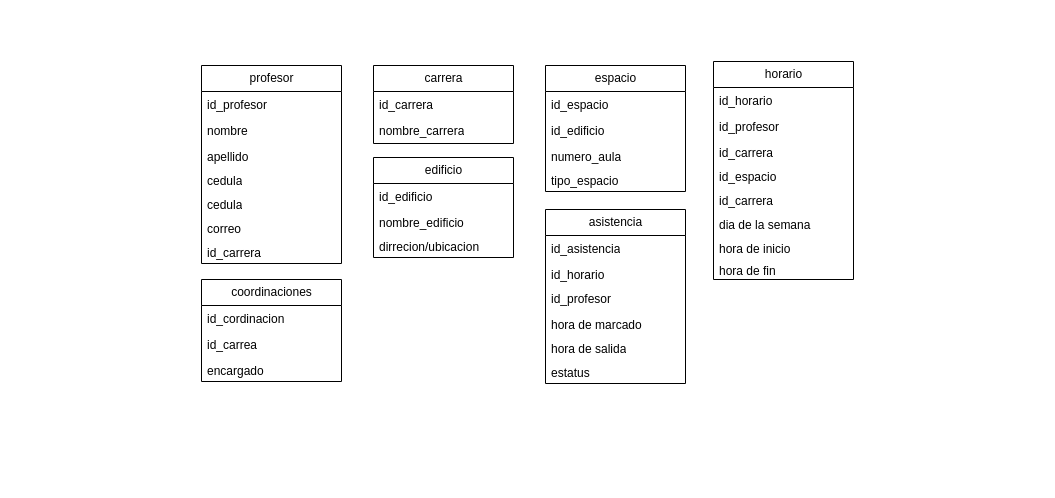
Earlier version of the draw.io diagram maquetado_de_base_datos.drawio (sewrgio/expres_projet). Source tidied: cells renumbered, new cells numbered last; positions are measured from the earlier drawing's top-left corner, leaving out a move shared by most shapes. Both pictures are drawn from the tidied source at 100%, with x=0, y=0 at pixel (201, 61).
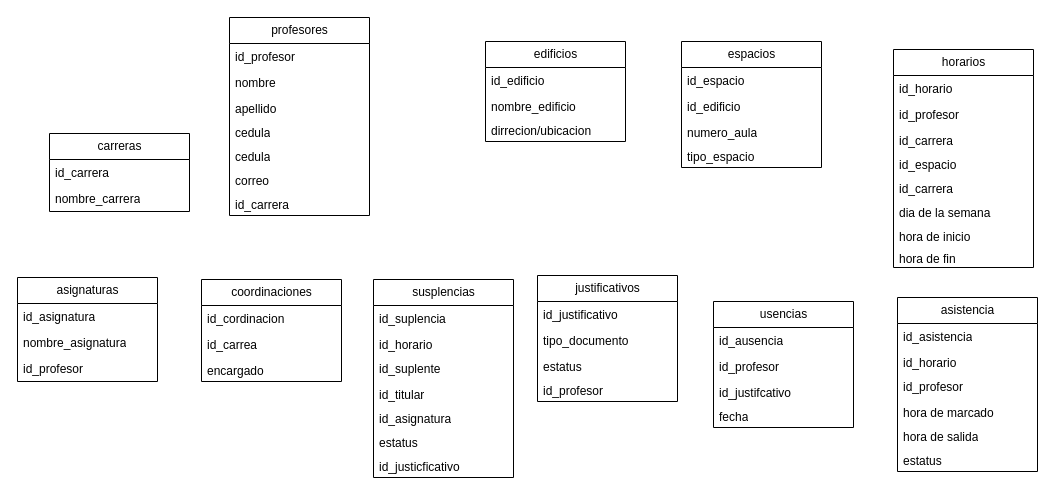
The same page after the edit.

Commit message:
tablas agregadas

Change to the diagram source:
```diff
@@
-    <mxCell id="2" value="profesor" style="swimlane;fontStyle=0;horizontal=1;startSize=26;fillColor=none;html=1;" parent="1" vertex="1">
-      <mxGeometry y="4" width="140" height="198" as="geometry" />
+    <mxCell id="2" value="profesores" style="swimlane;fontStyle=0;horizontal=1;startSize=26;fillColor=none;html=1;" parent="1" vertex="1">
+      <mxGeometry x="28" y="-44" width="140" height="198" as="geometry" />
     </mxCell>
@@
-    <mxCell id="10" value="carrera" style="swimlane;fontStyle=0;horizontal=1;startSize=26;fillColor=none;html=1;" parent="1" vertex="1">
-      <mxGeometry x="172" y="4" width="140" height="78" as="geometry" />
+    <mxCell id="10" value="carreras" style="swimlane;fontStyle=0;horizontal=1;startSize=26;fillColor=none;html=1;" parent="1" vertex="1">
+      <mxGeometry x="-152" y="72" width="140" height="78" as="geometry" />
     </mxCell>
@@
-    <mxCell id="13" value="espacio" style="swimlane;fontStyle=0;horizontal=1;startSize=26;fillColor=none;html=1;" parent="1" vertex="1">
-      <mxGeometry x="344" y="4" width="140" height="126" as="geometry" />
+    <mxCell id="13" value="espacios" style="swimlane;fontStyle=0;horizontal=1;startSize=26;fillColor=none;html=1;" parent="1" vertex="1">
+      <mxGeometry x="480" y="-20" width="140" height="126" as="geometry" />
     </mxCell>
@@
-    <mxCell id="18" value="edificio" style="swimlane;fontStyle=0;horizontal=1;startSize=26;fillColor=none;html=1;" parent="1" vertex="1">
-      <mxGeometry x="172" y="96" width="140" height="100" as="geometry" />
+    <mxCell id="18" value="edificios" style="swimlane;fontStyle=0;horizontal=1;startSize=26;fillColor=none;html=1;" parent="1" vertex="1">
+      <mxGeometry x="284" y="-20" width="140" height="100" as="geometry" />
     </mxCell>
@@
-    <mxCell id="22" value="horario" style="swimlane;fontStyle=0;horizontal=1;startSize=26;fillColor=none;html=1;" parent="1" vertex="1">
-      <mxGeometry x="512" width="140" height="218" as="geometry" />
+    <mxCell id="22" value="horarios" style="swimlane;fontStyle=0;horizontal=1;startSize=26;fillColor=none;html=1;" parent="1" vertex="1">
+      <mxGeometry x="692" y="-12" width="140" height="218" as="geometry" />
     </mxCell>
@@
     <mxCell id="31" value="asistencia" style="swimlane;fontStyle=0;horizontal=1;startSize=26;fillColor=none;html=1;" parent="1" vertex="1">
-      <mxGeometry x="344" y="148" width="140" height="174" as="geometry" />
+      <mxGeometry x="696" y="236" width="140" height="174" as="geometry" />
     </mxCell>
@@
+    <mxCell id="42" value="susplencias" style="swimlane;fontStyle=0;horizontal=1;startSize=26;fillColor=none;html=1;" parent="1" vertex="1">
+      <mxGeometry x="172" y="218" width="140" height="198" as="geometry" />
+    </mxCell>
+    <mxCell id="43" value="id_suplencia" style="text;strokeColor=none;fillColor=none;align=left;verticalAlign=top;spacingLeft=4;spacingRight=4;overflow=hidden;whiteSpace=wrap;html=1;" parent="42" vertex="1">
+      <mxGeometry y="26" width="140" height="26" as="geometry" />
+    </mxCell>
+    <mxCell id="44" value="&lt;div&gt;&lt;span style=&quot;color: rgb(0, 0, 0);&quot;&gt;id_horario&lt;/span&gt;&lt;/div&gt;" style="text;strokeColor=none;fillColor=none;align=left;verticalAlign=top;spacingLeft=4;spacingRight=4;overflow=hidden;whiteSpace=wrap;html=1;" parent="42" vertex="1">
+      <mxGeometry y="52" width="140" height="24" as="geometry" />
+    </mxCell>
+    <mxCell id="45" value="&lt;span style=&quot;color: rgb(0, 0, 0);&quot;&gt;id_suplente&lt;/span&gt;" style="text;strokeColor=none;fillColor=none;align=left;verticalAlign=top;spacingLeft=4;spacingRight=4;overflow=hidden;whiteSpace=wrap;html=1;" parent="42" vertex="1">
+      <mxGeometry y="76" width="140" height="26" as="geometry" />
+    </mxCell>
+    <mxCell id="46" value="id_titular" style="text;strokeColor=none;fillColor=none;align=left;verticalAlign=top;spacingLeft=4;spacingRight=4;overflow=hidden;whiteSpace=wrap;html=1;" parent="42" vertex="1">
+      <mxGeometry y="102" width="140" height="24" as="geometry" />
+    </mxCell>
+    <mxCell id="47" value="id_asignatura" style="text;strokeColor=none;fillColor=none;align=left;verticalAlign=top;spacingLeft=4;spacingRight=4;overflow=hidden;whiteSpace=wrap;html=1;" parent="42" vertex="1">
+      <mxGeometry y="126" width="140" height="24" as="geometry" />
+    </mxCell>
+    <mxCell id="48" value="estatus" style="text;strokeColor=none;fillColor=none;align=left;verticalAlign=top;spacingLeft=4;spacingRight=4;overflow=hidden;whiteSpace=wrap;html=1;" parent="42" vertex="1">
+      <mxGeometry y="150" width="140" height="24" as="geometry" />
+    </mxCell>
+    <mxCell id="49" value="id_justicficativo" style="text;strokeColor=none;fillColor=none;align=left;verticalAlign=top;spacingLeft=4;spacingRight=4;overflow=hidden;whiteSpace=wrap;html=1;" parent="42" vertex="1">
+      <mxGeometry y="174" width="140" height="24" as="geometry" />
+    </mxCell>
+    <mxCell id="50" value="usencias" style="swimlane;fontStyle=0;horizontal=1;startSize=26;fillColor=none;html=1;" parent="1" vertex="1">
+      <mxGeometry x="512" y="240" width="140" height="126" as="geometry" />
+    </mxCell>
+    <mxCell id="51" value="id_ausencia" style="text;strokeColor=none;fillColor=none;align=left;verticalAlign=top;spacingLeft=4;spacingRight=4;overflow=hidden;whiteSpace=wrap;html=1;" parent="50" vertex="1">
+      <mxGeometry y="26" width="140" height="26" as="geometry" />
+    </mxCell>
+    <mxCell id="52" value="&lt;span style=&quot;color: rgb(0, 0, 0);&quot;&gt;id_profesor&lt;/span&gt;" style="text;strokeColor=none;fillColor=none;align=left;verticalAlign=top;spacingLeft=4;spacingRight=4;overflow=hidden;whiteSpace=wrap;html=1;" parent="50" vertex="1">
+      <mxGeometry y="52" width="140" height="26" as="geometry" />
+    </mxCell>
+    <mxCell id="53" value="id_justifcativo" style="text;strokeColor=none;fillColor=none;align=left;verticalAlign=top;spacingLeft=4;spacingRight=4;overflow=hidden;whiteSpace=wrap;html=1;" parent="50" vertex="1">
+      <mxGeometry y="78" width="140" height="24" as="geometry" />
+    </mxCell>
+    <mxCell id="54" value="fecha&lt;div&gt;&lt;br&gt;&lt;/div&gt;" style="text;strokeColor=none;fillColor=none;align=left;verticalAlign=top;spacingLeft=4;spacingRight=4;overflow=hidden;whiteSpace=wrap;html=1;" parent="50" vertex="1">
+      <mxGeometry y="102" width="140" height="24" as="geometry" />
+    </mxCell>
+    <mxCell id="55" value="justificativos" style="swimlane;fontStyle=0;horizontal=1;startSize=26;fillColor=none;html=1;" parent="1" vertex="1">
+      <mxGeometry x="336" y="214" width="140" height="126" as="geometry" />
+    </mxCell>
+    <mxCell id="56" value="id_justificativo" style="text;strokeColor=none;fillColor=none;align=left;verticalAlign=top;spacingLeft=4;spacingRight=4;overflow=hidden;whiteSpace=wrap;html=1;" parent="55" vertex="1">
+      <mxGeometry y="26" width="140" height="26" as="geometry" />
+    </mxCell>
+    <mxCell id="57" value="&lt;span style=&quot;color: rgb(0, 0, 0);&quot;&gt;tipo_documento&lt;/span&gt;" style="text;strokeColor=none;fillColor=none;align=left;verticalAlign=top;spacingLeft=4;spacingRight=4;overflow=hidden;whiteSpace=wrap;html=1;" parent="55" vertex="1">
+      <mxGeometry y="52" width="140" height="26" as="geometry" />
+    </mxCell>
+    <mxCell id="58" value="estatus" style="text;strokeColor=none;fillColor=none;align=left;verticalAlign=top;spacingLeft=4;spacingRight=4;overflow=hidden;whiteSpace=wrap;html=1;" parent="55" vertex="1">
+      <mxGeometry y="78" width="140" height="24" as="geometry" />
+    </mxCell>
+    <mxCell id="59" value="id_profesor" style="text;strokeColor=none;fillColor=none;align=left;verticalAlign=top;spacingLeft=4;spacingRight=4;overflow=hidden;whiteSpace=wrap;html=1;" parent="55" vertex="1">
+      <mxGeometry y="102" width="140" height="24" as="geometry" />
+    </mxCell>
+    <mxCell id="60" value="asignaturas" style="swimlane;fontStyle=0;horizontal=1;startSize=26;fillColor=none;html=1;" parent="1" vertex="1">
+      <mxGeometry x="-184" y="216" width="140" height="104" as="geometry" />
+    </mxCell>
+    <mxCell id="61" value="id_asignatura" style="text;strokeColor=none;fillColor=none;align=left;verticalAlign=top;spacingLeft=4;spacingRight=4;overflow=hidden;whiteSpace=wrap;html=1;" parent="60" vertex="1">
+      <mxGeometry y="26" width="140" height="26" as="geometry" />
+    </mxCell>
+    <mxCell id="62" value="nombre_asignatura" style="text;strokeColor=none;fillColor=none;align=left;verticalAlign=top;spacingLeft=4;spacingRight=4;overflow=hidden;whiteSpace=wrap;html=1;" parent="60" vertex="1">
+      <mxGeometry y="52" width="140" height="26" as="geometry" />
+    </mxCell>
+    <mxCell id="63" value="id_profesor" style="text;strokeColor=none;fillColor=none;align=left;verticalAlign=top;spacingLeft=4;spacingRight=4;overflow=hidden;whiteSpace=wrap;html=1;" parent="60" vertex="1">
+      <mxGeometry y="78" width="140" height="26" as="geometry" />
+    </mxCell>
```
